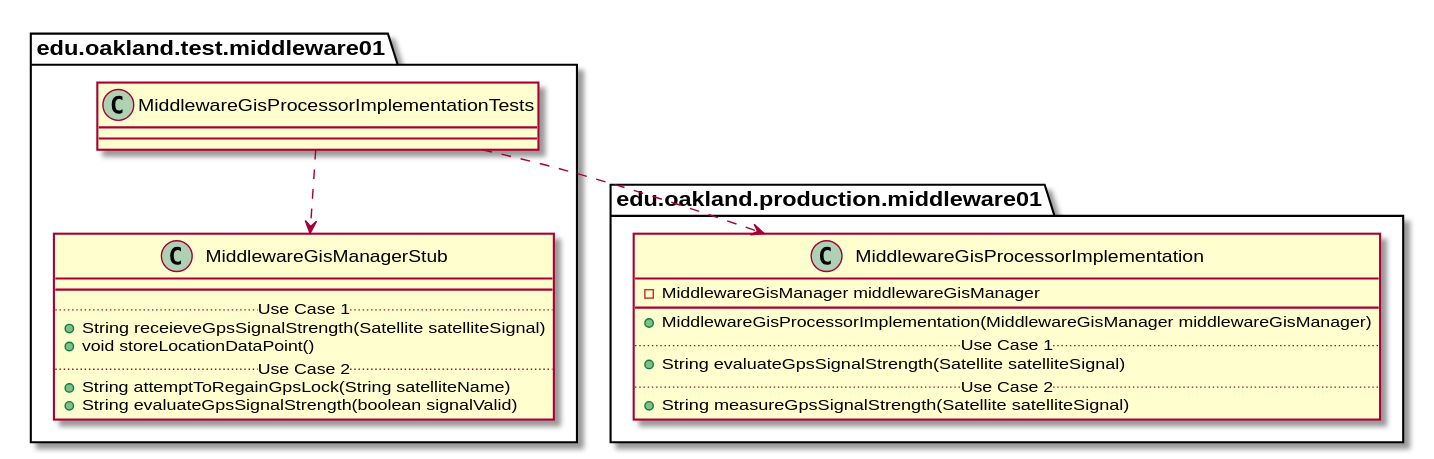
Above: docs/uml-class-diagrams/middleware01/test/MiddlewareGisProcessorImplementationTests/MiddlewareGisProcessorImplementationTests_DirectDependencies.svg in elilley15/csi-3370-software-project (PlantUML), before the change.
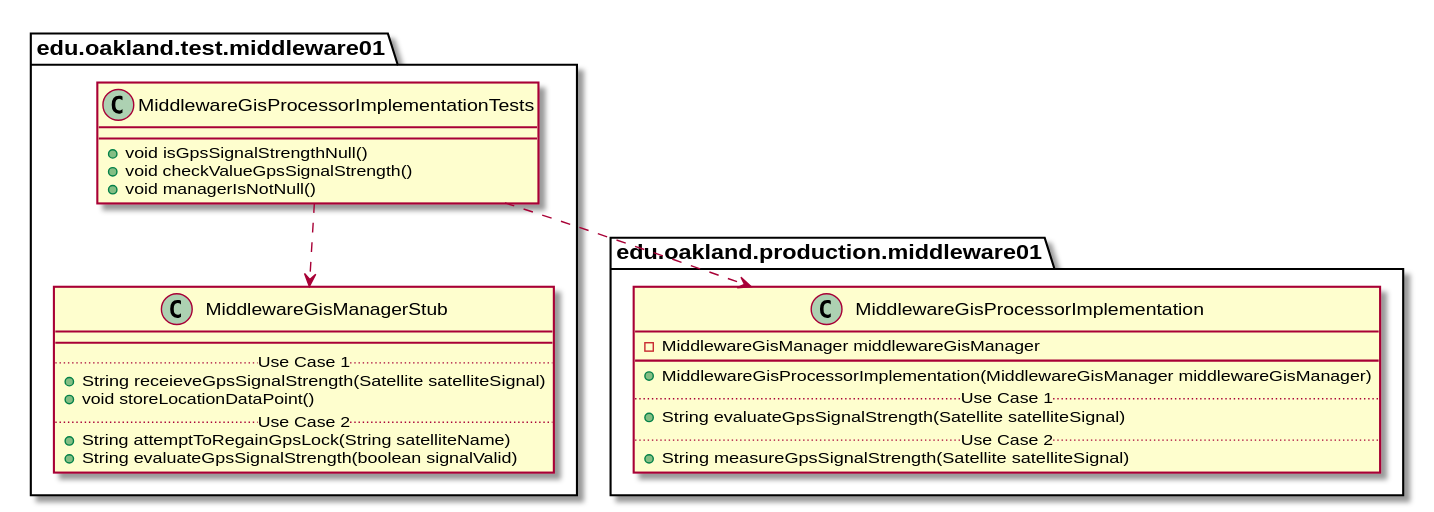
The same file after the commit.

What changed in the source:
```diff
@@ -2,9 +2,11 @@
 
 
 package edu.oakland.test.middleware01 {
-    class MiddlewareGisProcessorImplementationTests {
-
-    }
+  class MiddlewareGisProcessorImplementationTests {
+    + void isGpsSignalStrengthNull()
+    + void checkValueGpsSignalStrength()
+    + void managerIsNotNull()
+  }
 }
 
 
```
